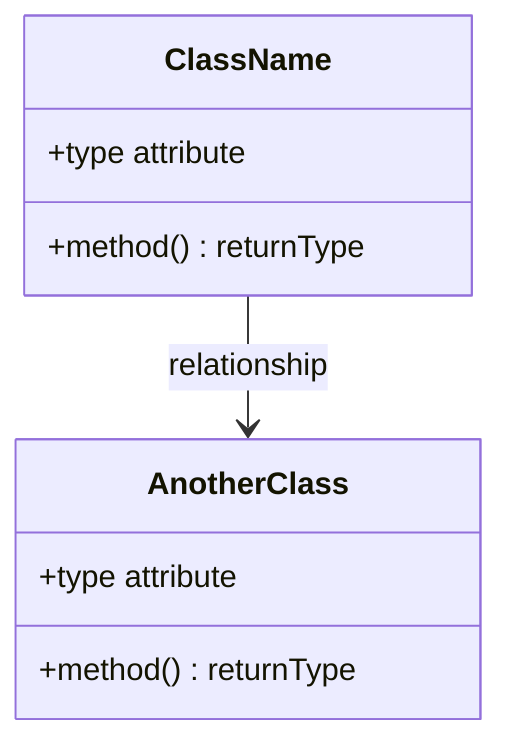
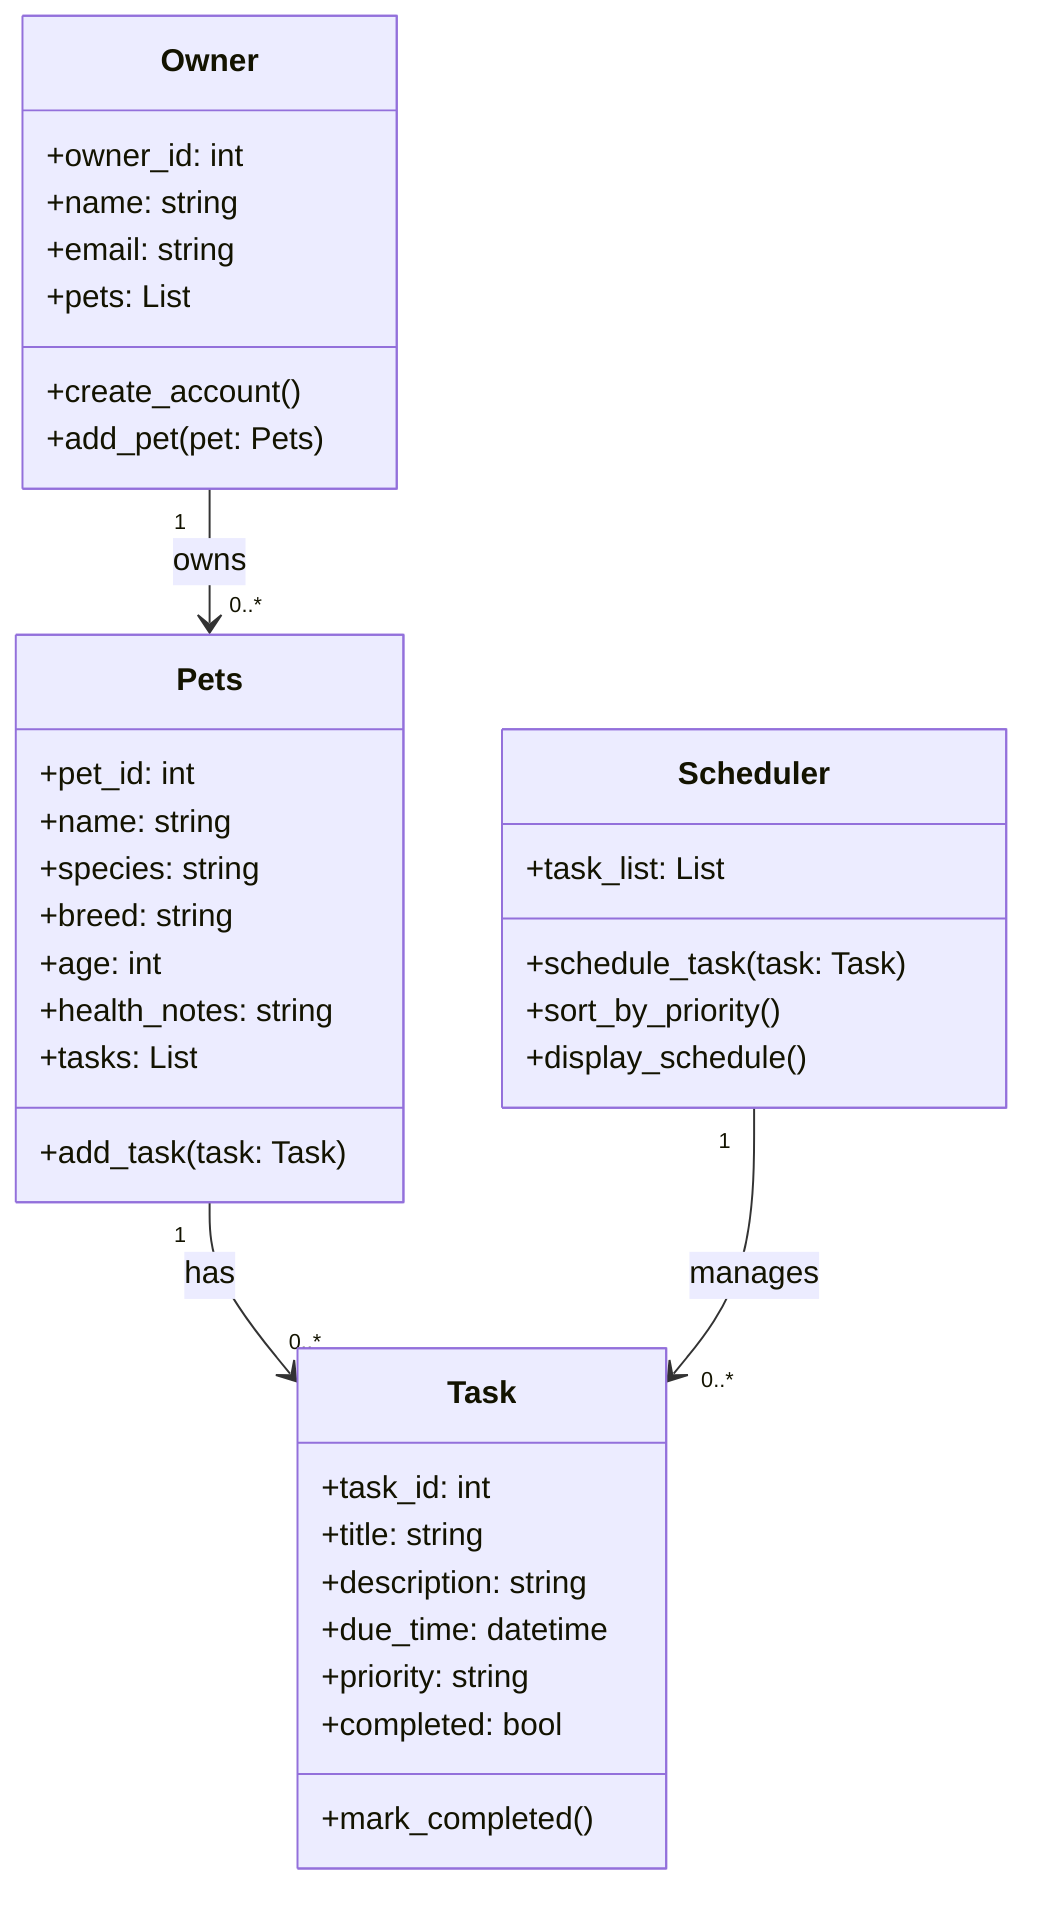
classDiagram
-     %% Replace the placeholders below with your actual classes, attributes, methods, and relationships.
-     %% Keep this file updated so it matches your final implementation.
- 
-     class ClassName {
-         +type attribute
-         +method() returnType
+     class Owner {
+         +owner_id: int
+         +name: string
+         +email: string
+         +pets: List<Pets>
+         +create_account()
+         +add_pet(pet: Pets)
    }

-     class AnotherClass {
-         +type attribute
-         +method() returnType
+     class Pets {
+         +pet_id: int
+         +name: string
+         +species: string
+         +breed: string
+         +age: int
+         +health_notes: string
+         +tasks: List<Task>
+         +add_task(task: Task)
    }

-     ClassName --> AnotherClass : relationship
+     class Task {
+         +task_id: int
+         +title: string
+         +description: string
+         +due_time: datetime
+         +priority: string
+         +completed: bool
+         +mark_completed()
+     }
+ 
+     class Scheduler {
+         +task_list: List<Task>
+         +schedule_task(task: Task)
+         +sort_by_priority()
+         +display_schedule()
+     }
+ 
+     Owner "1" --> "0..*" Pets : owns
+     Pets "1" --> "0..*" Task : has
+     Scheduler "1" --> "0..*" Task : manages
